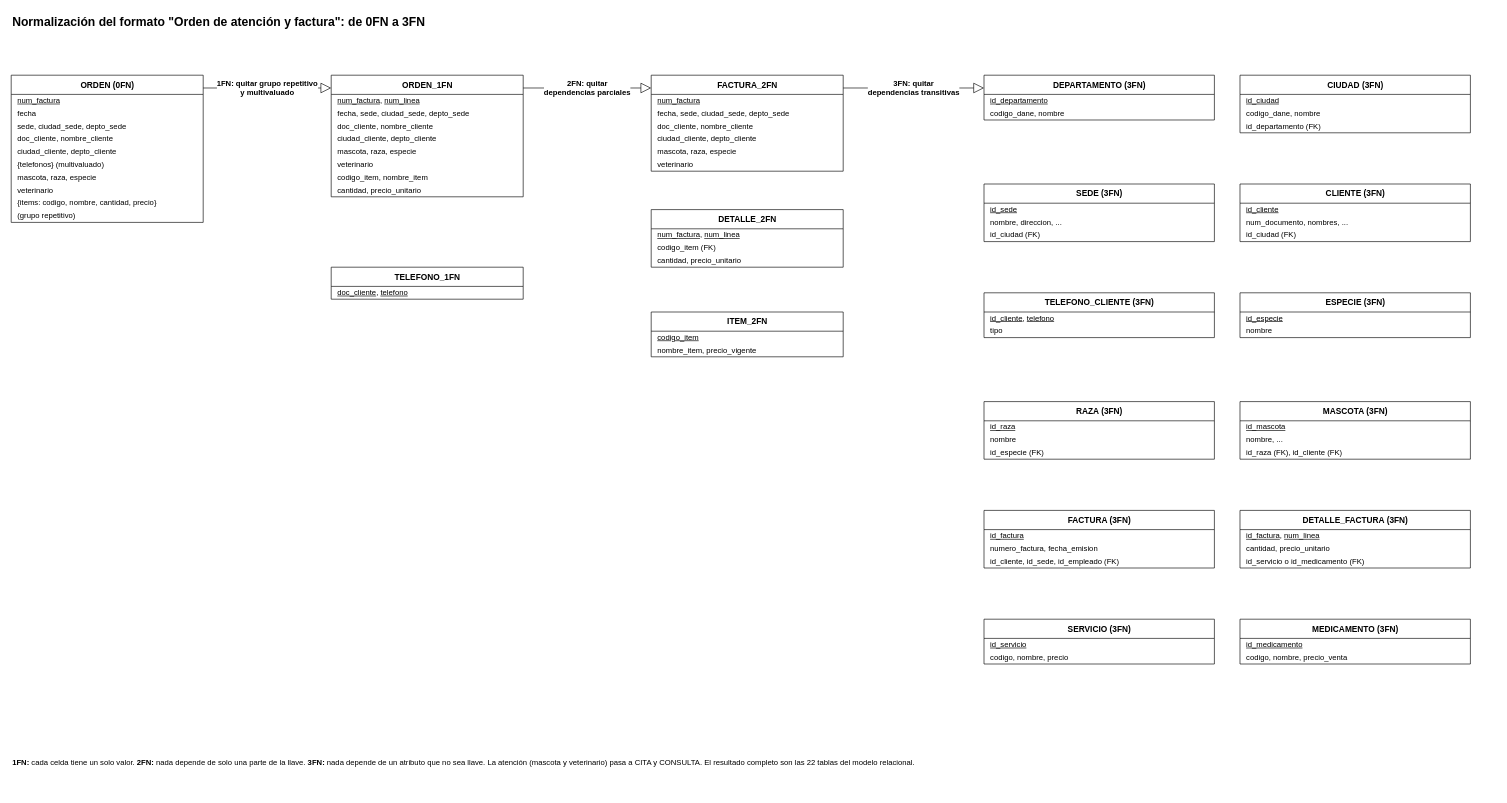
Before: documentos/fase1/diagramas_drawio/27_Normalizacion.drawio in Estarlan/proyecto-bd1-sigevet, a draw.io diagram. Source tidied: cells renumbered, new cells numbered last; positions are measured from the earlier drawing's top-left corner, leaving out a move shared by most shapes. Both pictures are drawn from the tidied source at 64%, with x=0, y=0 at pixel (11, 11).
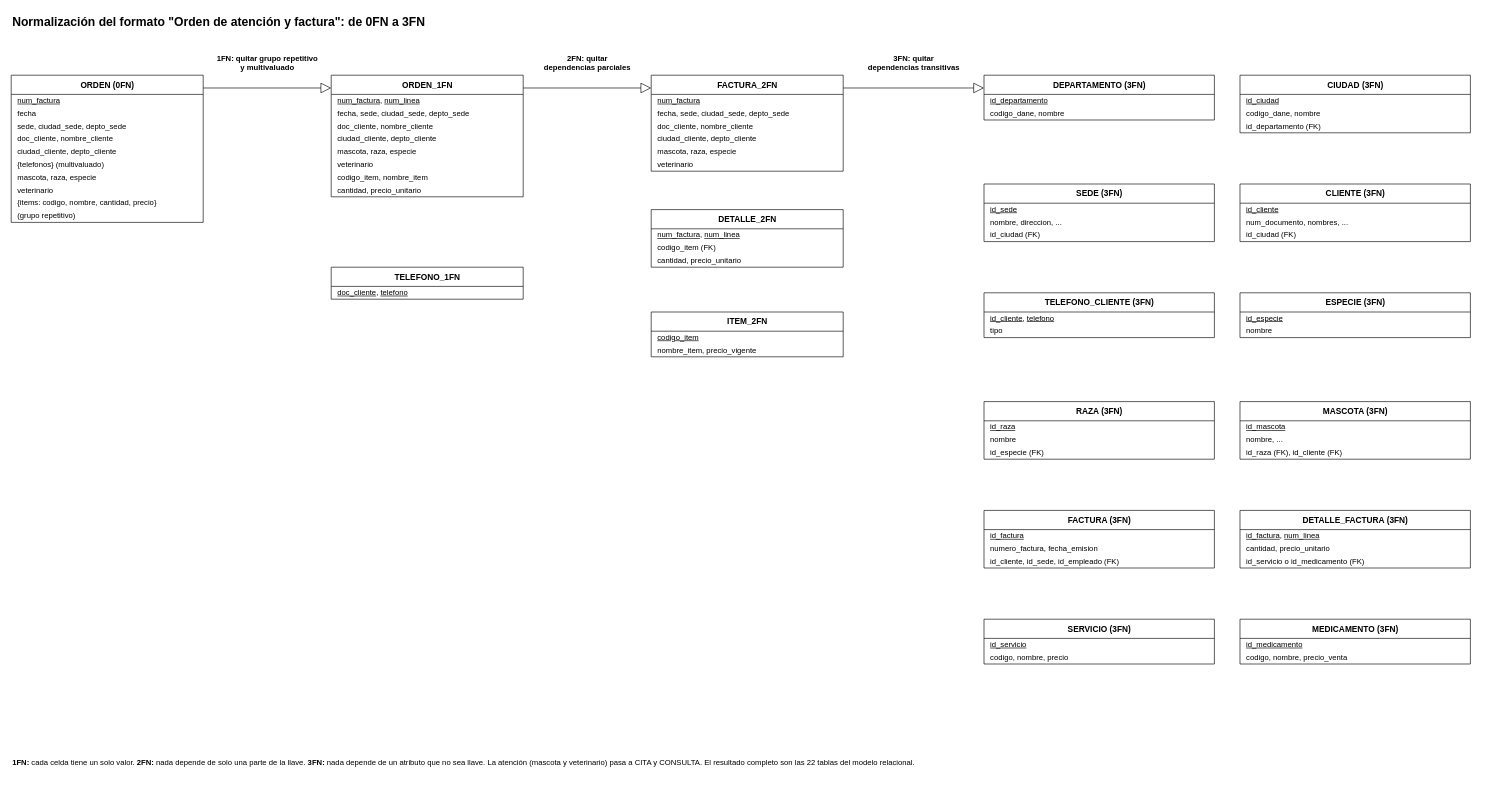
The same diagram, later.

Unchanged cells that the change refers to:
```xml
<mxCell id="3" value="ORDEN (0FN)" style="swimlane;fontStyle=1;horizontal=1;startSize=30;html=1;fillColor=none;swimlaneFillColor=none;fontSize=13;" parent="1" vertex="1">
  <mxGeometry y="100" width="300" height="230" as="geometry" />
</mxCell>
<mxCell id="14" value="ORDEN_1FN" style="swimlane;fontStyle=1;horizontal=1;startSize=30;html=1;fillColor=none;swimlaneFillColor=none;fontSize=13;" parent="1" vertex="1">
  <mxGeometry x="500" y="100" width="300" height="190" as="geometry" />
</mxCell>
<mxCell id="25" value="FACTURA_2FN" style="swimlane;fontStyle=1;horizontal=1;startSize=30;html=1;fillColor=none;swimlaneFillColor=none;fontSize=13;" parent="1" vertex="1">
  <mxGeometry x="1000" y="100" width="300" height="150" as="geometry" />
</mxCell>
<mxCell id="41" value="DEPARTAMENTO (3FN)" style="swimlane;fontStyle=1;horizontal=1;startSize=30;html=1;fillColor=none;swimlaneFillColor=none;fontSize=13;" parent="1" vertex="1">
  <mxGeometry x="1520" y="100" width="360" height="70" as="geometry" />
</mxCell>
```

The edit, as a diff of the source:
```diff
@@
-    <mxCell id="39" value="1FN: quitar grupo repetitivo&lt;br&gt;y multivaluado" style="html=1;endArrow=none;fontSize=12;labelBackgroundColor=default;endArrow=block;endFill=0;endSize=14;fontSize=12;fontStyle=1;jumpStyle=gap;jumpSize=8;edgeStyle=none;rounded=0;exitX=1.00000000;exitY=0.08695652;exitPerimeter=0;entryX=0.00000000;entryY=0.10526316;entryPerimeter=0;" parent="1" edge="1" source="3" target="14">
+    <mxCell id="39" value="1FN: quitar grupo repetitivo&lt;br&gt;y multivaluado" style="html=1;endArrow=none;fontSize=12;labelBackgroundColor=default;endArrow=block;endFill=0;endSize=14;fontSize=12;fontStyle=1;jumpStyle=gap;jumpSize=8;edgeStyle=none;rounded=0;exitX=1.00000000;exitY=0.08695652;exitPerimeter=0;entryX=0.00000000;entryY=0.10526316;entryPerimeter=0;exitX=1.00000000;exitY=0.08695652;exitPerimeter=0;entryX=0.00000000;entryY=0.10526316;entryPerimeter=0;" parent="1" edge="1" source="3" target="14">
       <mxGeometry relative="1" as="geometry">
         <Array as="points">
-          <mxPoint x="320" y="120" />
-          <mxPoint x="480" y="120" />
+          <mxPoint x="300" y="120" />
+          <mxPoint x="500" y="120" />
         </Array>
+        <mxPoint y="-39.1" as="offset" />
       </mxGeometry>
     </mxCell>
-    <mxCell id="40" value="2FN: quitar&lt;br&gt;dependencias parciales" style="html=1;endArrow=none;fontSize=12;labelBackgroundColor=default;endArrow=block;endFill=0;endSize=14;fontSize=12;fontStyle=1;jumpStyle=gap;jumpSize=8;edgeStyle=none;rounded=0;exitX=1.00000000;exitY=0.10526316;exitPerimeter=0;entryX=0.00000000;entryY=0.13333333;entryPerimeter=0;" parent="1" edge="1" source="14" target="25">
+    <mxCell id="40" value="2FN: quitar&lt;br&gt;dependencias parciales" style="html=1;endArrow=none;fontSize=12;labelBackgroundColor=default;endArrow=block;endFill=0;endSize=14;fontSize=12;fontStyle=1;jumpStyle=gap;jumpSize=8;edgeStyle=none;rounded=0;exitX=1.00000000;exitY=0.10526316;exitPerimeter=0;entryX=0.00000000;entryY=0.13333333;entryPerimeter=0;exitX=1.00000000;exitY=0.10526316;exitPerimeter=0;entryX=0.00000000;entryY=0.13333333;entryPerimeter=0;" parent="1" edge="1" source="14" target="25">
       <mxGeometry relative="1" as="geometry">
         <Array as="points">
-          <mxPoint x="820" y="120" />
-          <mxPoint x="980" y="120" />
+          <mxPoint x="800" y="120" />
+          <mxPoint x="1000" y="120" />
         </Array>
+        <mxPoint y="-39.1" as="offset" />
       </mxGeometry>
     </mxCell>
@@
-    <mxCell id="84" value="3FN: quitar&lt;br&gt;dependencias transitivas" style="html=1;endArrow=none;fontSize=12;labelBackgroundColor=default;endArrow=block;endFill=0;endSize=14;fontSize=12;fontStyle=1;jumpStyle=gap;jumpSize=8;edgeStyle=none;rounded=0;exitX=1.00000000;exitY=0.13333333;exitPerimeter=0;entryX=0.00000000;entryY=0.28571429;entryPerimeter=0;" parent="1" edge="1" source="25" target="41">
+    <mxCell id="84" value="3FN: quitar&lt;br&gt;dependencias transitivas" style="html=1;endArrow=none;fontSize=12;labelBackgroundColor=default;endArrow=block;endFill=0;endSize=14;fontSize=12;fontStyle=1;jumpStyle=gap;jumpSize=8;edgeStyle=none;rounded=0;exitX=1.00000000;exitY=0.13333333;exitPerimeter=0;entryX=0.00000000;entryY=0.28571429;entryPerimeter=0;exitX=1.00000000;exitY=0.13333333;exitPerimeter=0;entryX=0.00000000;entryY=0.28571429;entryPerimeter=0;" parent="1" edge="1" source="25" target="41">
       <mxGeometry relative="1" as="geometry">
         <Array as="points">
-          <mxPoint x="1320" y="120" />
-          <mxPoint x="1500" y="120" />
+          <mxPoint x="1300" y="120" />
+          <mxPoint x="1520" y="120" />
         </Array>
+        <mxPoint y="-39.1" as="offset" />
       </mxGeometry>
     </mxCell>
```
